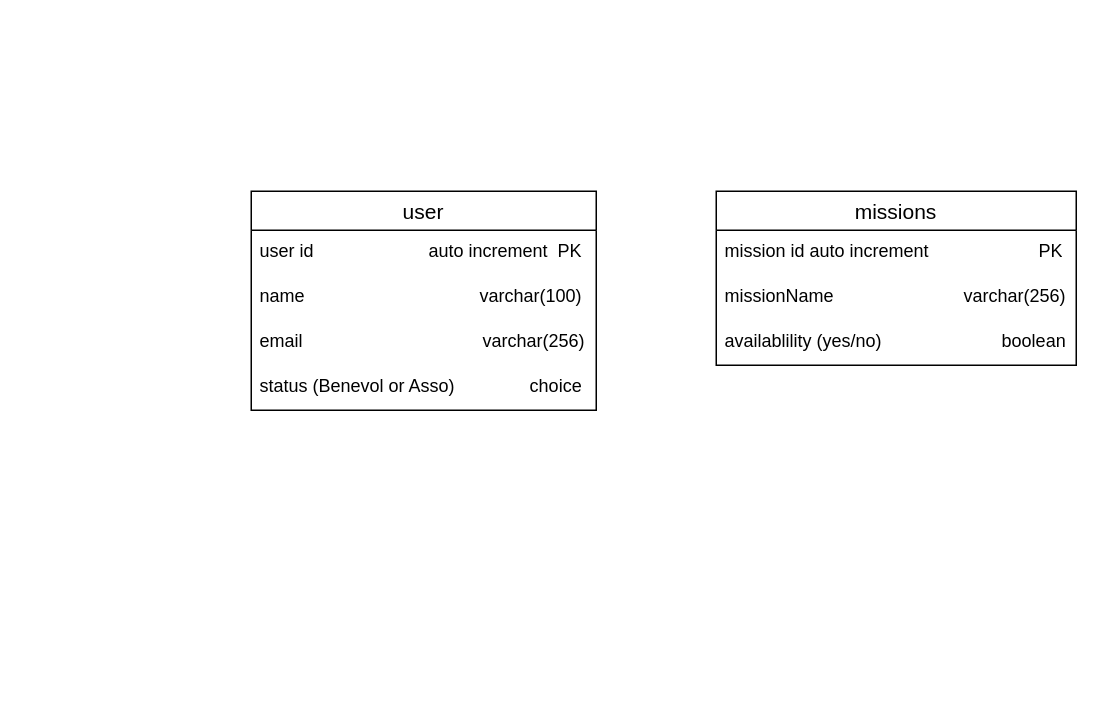
jefflearning40/sujetExamenCCP2 keeps this draw.io diagram as documentation/sujetexamenCCP2MLD.drawio. Above is the earlier version. Source tidied: cells renumbered, new cells numbered last; positions are measured from the earlier drawing's top-left corner, leaving out a move shared by most shapes. Both pictures are drawn from the tidied source at 150%, with x=0, y=0 at pixel (250, 190).
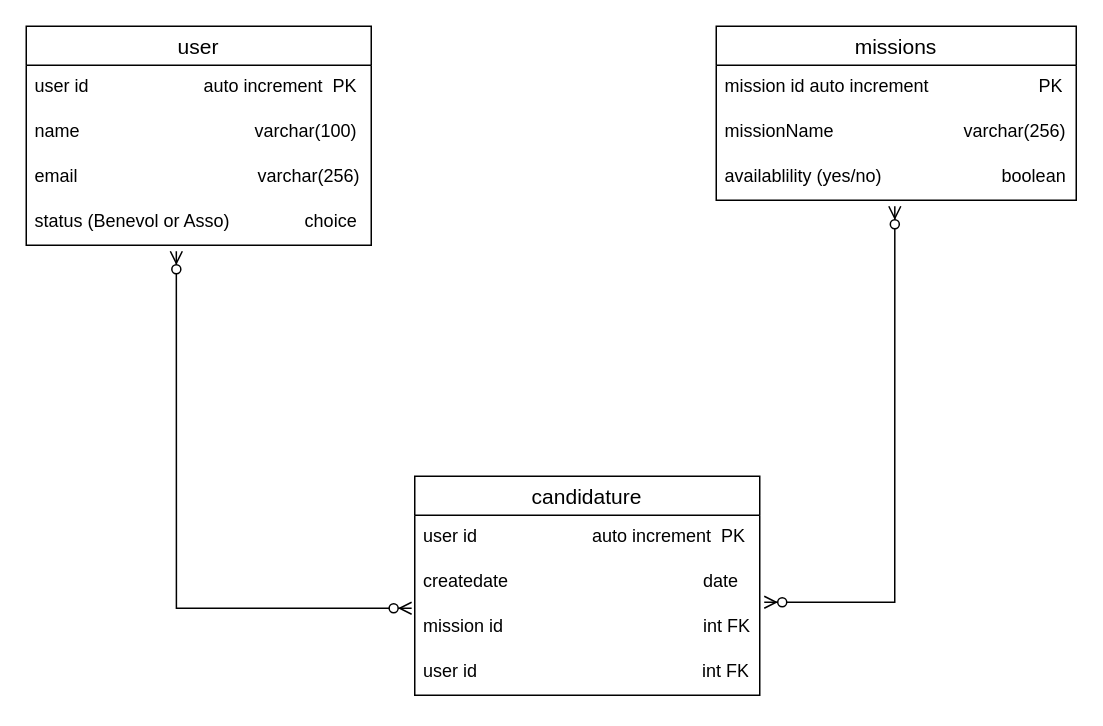
Above is the later version.

The change refers to these unchanged cells:
```xml
<mxCell id="6" value="status (Benevol or Asso)&amp;nbsp; &amp;nbsp; &amp;nbsp; &amp;nbsp; &amp;nbsp; &amp;nbsp; &amp;nbsp; &amp;nbsp;choice" style="text;strokeColor=none;fillColor=none;spacingLeft=4;spacingRight=4;overflow=hidden;points=[[0,0.5],[1,0.5]];portConstraint=eastwest;fontSize=12;whiteSpace=wrap;html=1;" parent="2" vertex="1">
  <mxGeometry y="116" width="230" height="30" as="geometry" />
</mxCell>
<mxCell id="10" value="availablility (yes/no)&amp;nbsp; &amp;nbsp; &amp;nbsp; &amp;nbsp; &amp;nbsp; &amp;nbsp; &amp;nbsp; &amp;nbsp; &amp;nbsp; &amp;nbsp; &amp;nbsp; &amp;nbsp; boolean" style="text;strokeColor=none;fillColor=none;spacingLeft=4;spacingRight=4;overflow=hidden;points=[[0,0.5],[1,0.5]];portConstraint=eastwest;fontSize=12;whiteSpace=wrap;html=1;" parent="7" vertex="1">
  <mxGeometry y="86" width="240" height="30" as="geometry" />
</mxCell>
```

Change to the diagram source:
```diff
@@
     <mxCell id="2" value="user" style="swimlane;fontStyle=0;horizontal=1;startSize=26;align=center;fontSize=14;" parent="1" vertex="1">
-      <mxGeometry width="230" height="146" as="geometry" />
+      <mxGeometry x="-150" y="-110" width="230" height="146" as="geometry" />
     </mxCell>
@@
     <mxCell id="7" value="missions" style="swimlane;fontStyle=0;horizontal=1;startSize=26;align=center;fontSize=14;" parent="1" vertex="1">
-      <mxGeometry x="310" width="240" height="116" as="geometry" />
+      <mxGeometry x="310" y="-110" width="240" height="116" as="geometry" />
     </mxCell>
@@
+    <mxCell id="11" value="candidature" style="swimlane;fontStyle=0;horizontal=1;startSize=26;align=center;fontSize=14;" parent="1" vertex="1">
+      <mxGeometry x="109" y="190" width="230" height="146" as="geometry" />
+    </mxCell>
+    <mxCell id="12" value="user id&amp;nbsp; &amp;nbsp; &amp;nbsp; &amp;nbsp; &amp;nbsp; &amp;nbsp; &amp;nbsp; &amp;nbsp; &amp;nbsp; &amp;nbsp; &amp;nbsp; &amp;nbsp;auto increment&amp;nbsp; PK" style="text;strokeColor=none;fillColor=none;spacingLeft=4;spacingRight=4;overflow=hidden;fontSize=12;whiteSpace=wrap;html=1;" parent="11" vertex="1">
+      <mxGeometry y="26" width="230" height="30" as="geometry" />
+    </mxCell>
+    <mxCell id="13" value="createdate&lt;span style=&quot;white-space: pre;&quot;&gt;&#9;&lt;/span&gt;&lt;span style=&quot;white-space: pre;&quot;&gt;&#9;&lt;span style=&quot;white-space: pre;&quot;&gt;&#9;&lt;/span&gt;&lt;span style=&quot;white-space: pre;&quot;&gt;&#9;&lt;/span&gt;&lt;span style=&quot;white-space: pre;&quot;&gt;&#9;&lt;/span&gt;&lt;/span&gt;date" style="text;strokeColor=none;fillColor=none;spacingLeft=4;spacingRight=4;overflow=hidden;fontSize=12;whiteSpace=wrap;html=1;" parent="11" vertex="1">
+      <mxGeometry y="56" width="230" height="30" as="geometry" />
+    </mxCell>
+    <mxCell id="14" value="mission id&amp;nbsp;&lt;span style=&quot;white-space: pre;&quot;&gt;&#9;&lt;span style=&quot;white-space: pre;&quot;&gt;&#9;&lt;/span&gt;&lt;span style=&quot;white-space: pre;&quot;&gt;&#9;&lt;/span&gt;&lt;span style=&quot;white-space: pre;&quot;&gt;&#9;&lt;/span&gt;&lt;span style=&quot;white-space: pre;&quot;&gt;&#9;&lt;/span&gt;&lt;/span&gt;int FK" style="text;strokeColor=none;fillColor=none;spacingLeft=4;spacingRight=4;overflow=hidden;points=[[0,0.5],[1,0.5]];portConstraint=eastwest;fontSize=12;whiteSpace=wrap;html=1;" parent="11" vertex="1">
+      <mxGeometry y="86" width="230" height="30" as="geometry" />
+    </mxCell>
+    <mxCell id="15" value="user id&amp;nbsp; &amp;nbsp; &amp;nbsp; &amp;nbsp; &amp;nbsp; &amp;nbsp; &amp;nbsp; &amp;nbsp; &amp;nbsp; &amp;nbsp; &amp;nbsp; &amp;nbsp; &amp;nbsp; &amp;nbsp; &amp;nbsp; &amp;nbsp; &amp;nbsp; &amp;nbsp; &amp;nbsp; &amp;nbsp; &amp;nbsp; &amp;nbsp; &amp;nbsp;int FK" style="text;strokeColor=none;fillColor=none;spacingLeft=4;spacingRight=4;overflow=hidden;fontSize=12;whiteSpace=wrap;html=1;" parent="11" vertex="1">
+      <mxGeometry y="116" width="230" height="30" as="geometry" />
+    </mxCell>
+    <mxCell id="16" style="edgeStyle=orthogonalEdgeStyle;fontSize=12;html=1;endArrow=ERzeroToMany;endFill=1;startArrow=ERzeroToMany;rounded=0;entryX=0.496;entryY=1.133;entryDx=0;entryDy=0;entryPerimeter=0;exitX=1.013;exitY=-0.067;exitDx=0;exitDy=0;exitPerimeter=0;" parent="1" edge="1" source="14" target="10">
+      <mxGeometry relative="1" as="geometry">
+        <Array as="points">
+          <mxPoint x="429" y="274" />
+        </Array>
+      </mxGeometry>
+    </mxCell>
+    <mxCell id="17" style="edgeStyle=orthogonalEdgeStyle;fontSize=12;html=1;endArrow=ERzeroToMany;endFill=1;startArrow=ERzeroToMany;rounded=0;entryX=0.435;entryY=1.133;entryDx=0;entryDy=0;entryPerimeter=0;exitX=-0.009;exitY=0.067;exitDx=0;exitDy=0;exitPerimeter=0;" parent="1" edge="1" source="14" target="6">
+      <mxGeometry relative="1" as="geometry">
+        <Array as="points">
+          <mxPoint x="-50" y="278" />
+        </Array>
+      </mxGeometry>
+    </mxCell>
```
